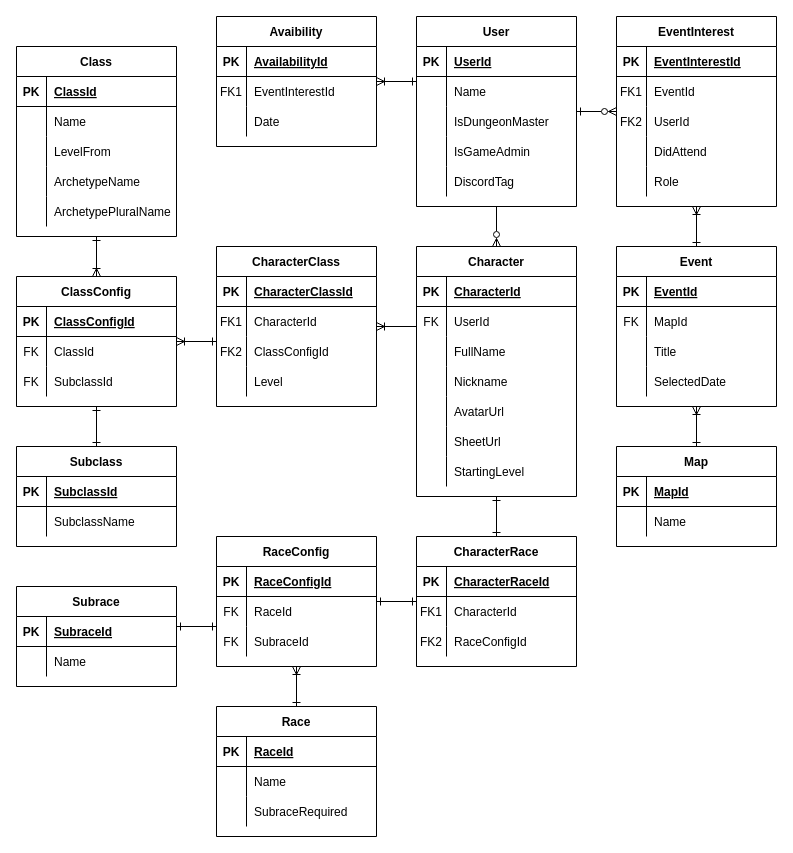
Jackclarke95/into-the-west keeps this draw.io diagram as Documentation/Entity Relationship Diagram.drawio. Above is the earlier version. Source tidied: cells renumbered, new cells numbered last; positions are measured from the earlier drawing's top-left corner, leaving out a move shared by most shapes. Both pictures are drawn from the tidied source at 100%, with x=0, y=0 at pixel (16, 16).
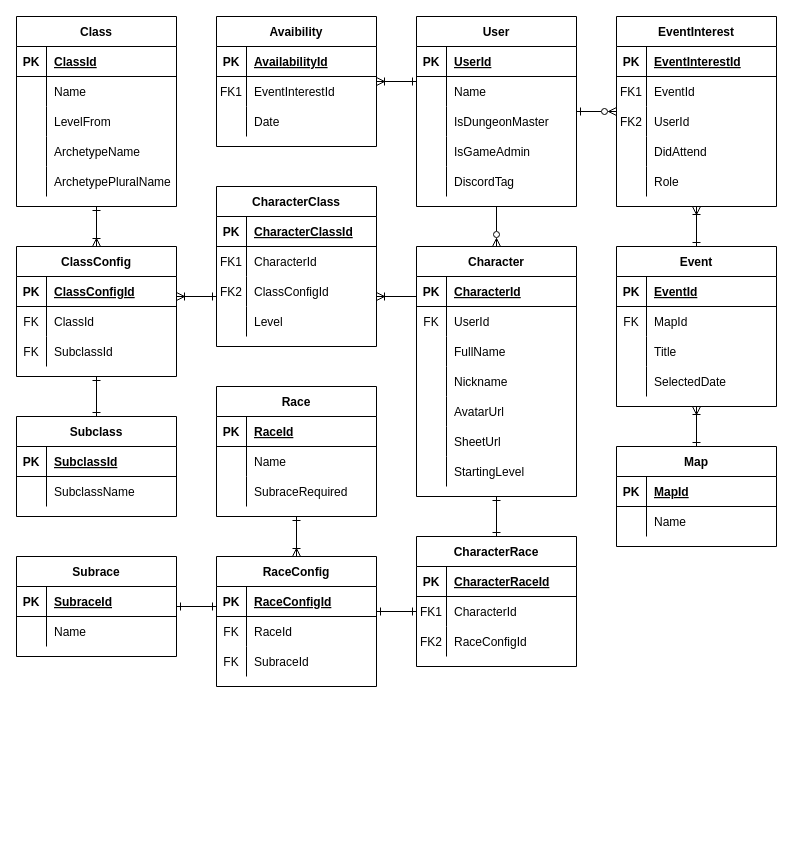
After the change.

Unchanged cells that the change refers to:
```xml
<mxCell id="40" value="EventInterest" style="shape=table;startSize=30;childLayout=tableLayout;rowLines=0;fontStyle=1;align=center;strokeColor=default;" parent="1" vertex="1">
  <mxGeometry x="600" width="160" height="190" as="geometry" />
</mxCell>
<mxCell id="68" value="User" style="shape=table;startSize=30;childLayout=tableLayout;rowLines=0;fontStyle=1;align=center;strokeColor=default;" parent="1" vertex="1">
  <mxGeometry x="400" width="160" height="190" as="geometry" />
</mxCell>
```

The edit, as a diff of the source:
```diff
@@
-    <mxCell id="67" style="edgeStyle=elbowEdgeStyle;jettySize=auto;html=1;startArrow=ERone;startFill=0;endArrow=ERzeroToMany;endFill=0;rounded=0;jumpStyle=arc;" parent="1" edge="1" source="68" target="40">
+    <mxCell id="67" style="edgeStyle=elbowEdgeStyle;jettySize=auto;html=1;startArrow=ERone;startFill=0;endArrow=ERzeroToMany;endFill=0;rounded=0;jumpStyle=arc;elbow=vertical;" parent="1" edge="1" source="68" target="40">
       <mxGeometry relative="1" as="geometry" />
     </mxCell>
@@
     <mxCell id="84" value="Class" style="shape=table;startSize=30;childLayout=tableLayout;rowLines=0;fontStyle=1;align=center;strokeColor=default;" parent="1" vertex="1">
-      <mxGeometry y="30" width="160" height="190" as="geometry" />
+      <mxGeometry width="160" height="190" as="geometry" />
     </mxCell>
@@
     <mxCell id="100" value="Race" style="shape=table;startSize=30;childLayout=tableLayout;rowLines=0;fontStyle=1;align=center;strokeColor=default;" parent="1" vertex="1">
-      <mxGeometry x="200" y="690" width="160" height="130" as="geometry" />
+      <mxGeometry x="200" y="370" width="160" height="130" as="geometry" />
     </mxCell>
@@
     <mxCell id="110" value="Subclass" style="shape=table;startSize=30;childLayout=tableLayout;rowLines=0;fontStyle=1;align=center;strokeColor=default;" parent="1" vertex="1">
-      <mxGeometry y="430" width="160" height="100" as="geometry" />
+      <mxGeometry y="400" width="160" height="100" as="geometry" />
     </mxCell>
@@
     <mxCell id="117" value="Subrace" style="shape=table;startSize=30;childLayout=tableLayout;rowLines=0;fontStyle=1;align=center;strokeColor=default;" parent="1" vertex="1">
-      <mxGeometry y="570" width="160" height="100" as="geometry" />
+      <mxGeometry y="540" width="160" height="100" as="geometry" />
     </mxCell>
@@
     <mxCell id="125" value="CharacterClass" style="shape=table;startSize=30;childLayout=tableLayout;rowLines=0;fontStyle=1;align=center;strokeColor=default;" parent="1" vertex="1">
-      <mxGeometry x="200" y="230" width="160" height="160" as="geometry" />
+      <mxGeometry x="200" y="170" width="160" height="160" as="geometry" />
     </mxCell>
@@
     <mxCell id="161" value="ClassConfig" style="shape=table;startSize=30;childLayout=tableLayout;rowLines=0;fontStyle=1;align=center;" parent="1" vertex="1">
-      <mxGeometry y="260" width="160" height="130" as="geometry" />
+      <mxGeometry y="230" width="160" height="130" as="geometry" />
     </mxCell>
@@
     <mxCell id="173" value="RaceConfig" style="shape=table;startSize=30;childLayout=tableLayout;rowLines=0;fontStyle=1;align=center;" parent="1" vertex="1">
-      <mxGeometry x="200" y="520" width="160" height="130" as="geometry" />
+      <mxGeometry x="200" y="540" width="160" height="130" as="geometry" />
     </mxCell>
```
